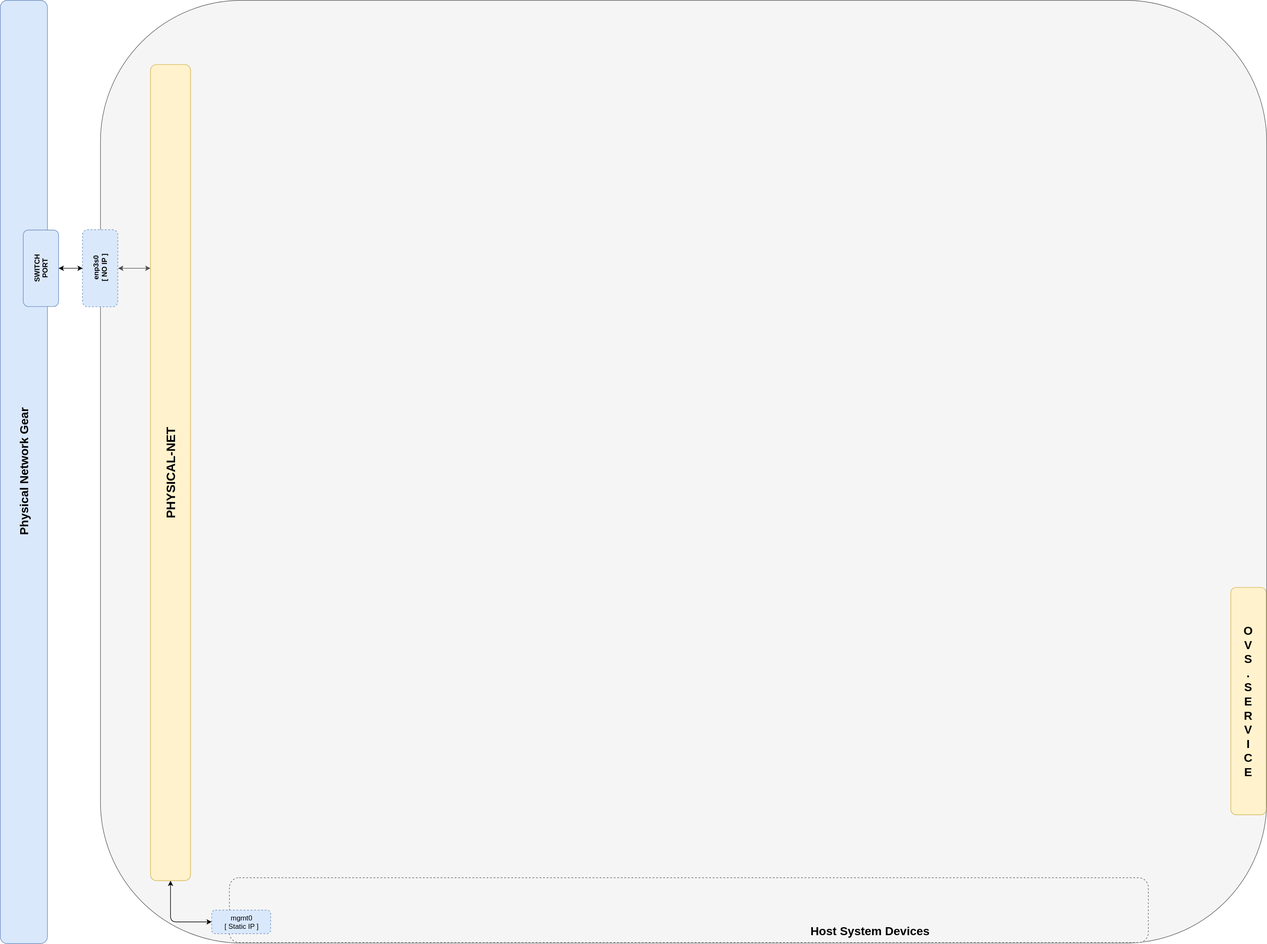
Earlier version of the draw.io export 1_Single_Port_Host-Open_vSwitch_Network_Configuration/web/drawio/single-port-ovs-host.svg (KathrynMorgan/mini-stack). Source tidied: cells renumbered, new cells last; positions are measured from the earlier drawing's top-left corner, leaving out a move shared by most shapes.
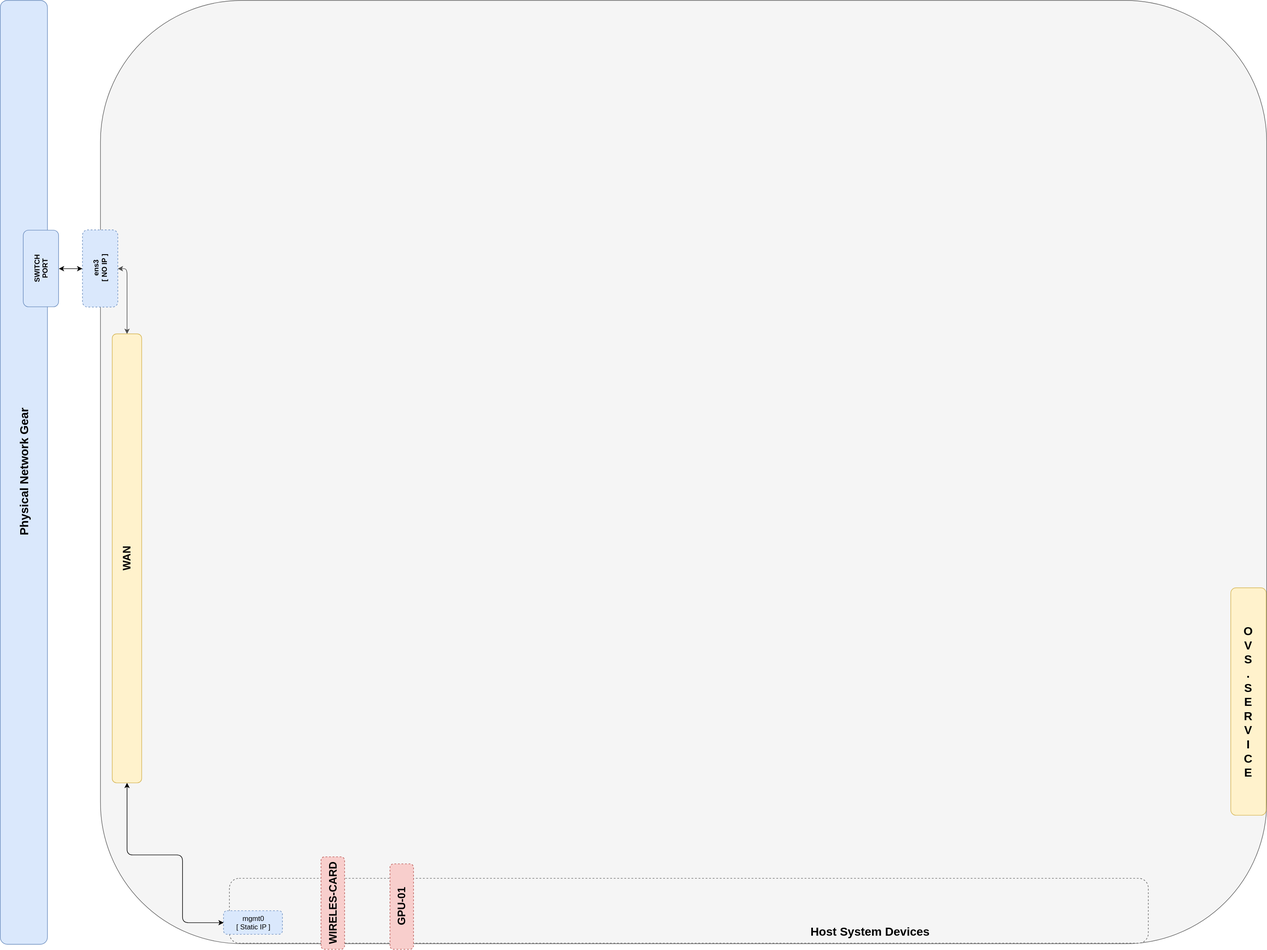
After the change.

What changed in the source:
```diff
@@ -8,25 +8,32 @@
     <mxCell id="3" value="&lt;b&gt;&lt;font style=&quot;font-size: 20px&quot;&gt;Physical Network Gear&lt;/font&gt;&lt;/b&gt;" style="rounded=1;whiteSpace=wrap;html=1;fillColor=#dae8fc;strokeColor=#6c8ebf;rotation=-90;" parent="1" vertex="1">
       <mxGeometry y="761" width="1602" height="80" as="geometry" />
     </mxCell>
-    <mxCell id="4" style="edgeStyle=orthogonalEdgeStyle;rounded=1;html=1;exitX=1;exitY=0.5;entryX=0;entryY=0.5;startArrow=classic;startFill=1;jettySize=auto;strokeColor=#000000;fontSize=18;" parent="1" edge="1" source="6" target="8">
-      <mxGeometry relative="1" as="geometry" />
+    <mxCell id="4" style="edgeStyle=orthogonalEdgeStyle;rounded=1;html=1;entryX=0;entryY=0.5;startArrow=classic;startFill=1;jettySize=auto;strokeColor=#000000;fontSize=18;exitX=0;exitY=0.5;exitDx=0;exitDy=0;" parent="1" edge="1" source="15" target="8">
+      <mxGeometry relative="1" as="geometry">
+        <Array as="points">
+          <mxPoint x="976" y="1450" />
+          <mxPoint x="1070" y="1450" />
+          <mxPoint x="1070" y="1565" />
+        </Array>
+      </mxGeometry>
     </mxCell>
-    <mxCell id="5" style="edgeStyle=orthogonalEdgeStyle;rounded=1;html=1;exitX=0.25;exitY=1;entryX=0.5;entryY=1;startArrow=classic;startFill=1;jettySize=auto;strokeColor=#4D4D4D;" parent="1" edge="1" source="6" target="10">
-      <mxGeometry relative="1" as="geometry" />
+    <mxCell id="5" style="edgeStyle=orthogonalEdgeStyle;rounded=1;html=1;exitX=1;exitY=0.5;entryX=0.5;entryY=1;startArrow=classic;startFill=1;jettySize=auto;strokeColor=#4D4D4D;exitDx=0;exitDy=0;" parent="1" edge="1" source="15" target="10">
+      <mxGeometry relative="1" as="geometry">
+        <Array as="points">
+          <mxPoint x="976" y="455" />
+        </Array>
+      </mxGeometry>
     </mxCell>
-    <mxCell id="6" value="&lt;b&gt;&lt;font style=&quot;font-size: 21px&quot;&gt;PHYSICAL-NET&lt;/font&gt;&lt;/b&gt;" style="rounded=1;whiteSpace=wrap;html=1;fillColor=#fff2cc;strokeColor=#d6b656;direction=west;rotation=-90;" parent="1" vertex="1">
-      <mxGeometry x="357" y="768" width="1386" height="68" as="geometry" />
-    </mxCell>
     <mxCell id="7" style="rounded=1;whiteSpace=wrap;html=1;fontSize=18;fillColor=#f5f5f5;strokeColor=#666666;dashed=1;" parent="1" vertex="1">
       <mxGeometry x="1150" y="1490" width="1560" height="110" as="geometry" />
     </mxCell>
     <mxCell id="8" value="mgmt0&lt;br&gt;[ Static IP ]&lt;br&gt;" style="rounded=1;whiteSpace=wrap;html=1;fillColor=#dae8fc;strokeColor=#6c8ebf;dashed=1;" parent="1" vertex="1">
-      <mxGeometry x="1120" y="1545" width="100" height="40" as="geometry" />
+      <mxGeometry x="1140" y="1545" width="100" height="40" as="geometry" />
     </mxCell>
     <mxCell id="9" value="&lt;b&gt;&lt;font style=&quot;font-size: 20px&quot;&gt;Host System Devices&lt;/font&gt;&lt;br&gt;&lt;/b&gt;" style="text;html=1;strokeColor=none;fillColor=none;align=center;verticalAlign=middle;whiteSpace=wrap;rounded=0;dashed=1;fontSize=18;" parent="1" vertex="1">
       <mxGeometry x="2112" y="1560" width="250" height="40" as="geometry" />
     </mxCell>
-    <mxCell id="10" value="&lt;b&gt;enp3s0&lt;br&gt;[ NO IP ]&lt;/b&gt;" style="rounded=1;whiteSpace=wrap;html=1;fillColor=#dae8fc;strokeColor=#6c8ebf;rotation=-90;dashed=1;" parent="1" vertex="1">
+    <mxCell id="10" value="&lt;b&gt;ens3&lt;br&gt;[ NO IP ]&lt;/b&gt;" style="rounded=1;whiteSpace=wrap;html=1;fillColor=#dae8fc;strokeColor=#6c8ebf;rotation=-90;dashed=1;" parent="1" vertex="1">
       <mxGeometry x="865" y="425" width="131" height="60" as="geometry" />
     </mxCell>
     <mxCell id="11" style="edgeStyle=orthogonalEdgeStyle;rounded=1;html=1;exitX=0.5;exitY=1;entryX=0.5;entryY=0;startArrow=classic;startFill=1;jettySize=auto;fontSize=18;" parent="1" edge="1" source="12" target="10">
@@ -38,5 +45,14 @@
     <mxCell id="13" value="&lt;b style=&quot;font-size: 20px&quot;&gt;O&lt;br&gt;V&lt;br&gt;S&lt;br&gt;.&lt;br&gt;S&lt;br&gt;E&lt;br&gt;R&lt;br&gt;V&lt;br&gt;I&lt;br&gt;C&lt;br&gt;E&lt;/b&gt;" style="rounded=1;whiteSpace=wrap;html=1;fillColor=#fff2cc;strokeColor=#d6b656;rotation=0;" parent="1" vertex="1">
       <mxGeometry x="2850" y="997" width="60" height="386" as="geometry" />
     </mxCell>
+    <mxCell id="14" value="&lt;font style=&quot;font-size: 18px&quot;&gt;&lt;b&gt;WIRELES-CARD&lt;br&gt;&lt;/b&gt;&lt;/font&gt;" style="rounded=1;whiteSpace=wrap;html=1;fillColor=#f8cecc;strokeColor=#b85450;rotation=-90;dashed=1;" parent="1" vertex="1">
+      <mxGeometry x="1247" y="1512" width="157" height="40" as="geometry" />
+    </mxCell>
+    <mxCell id="15" value="&lt;span style=&quot;font-size: 18px&quot;&gt;&lt;b&gt;WAN&lt;br&gt;&lt;/b&gt;&lt;/span&gt;" style="rounded=1;whiteSpace=wrap;html=1;fillColor=#fff2cc;strokeColor=#d6b656;direction=east;rotation=-90;" parent="1" vertex="1">
+      <mxGeometry x="595" y="922" width="762" height="50" as="geometry" />
+    </mxCell>
+    <mxCell id="16" value="&lt;font style=&quot;font-size: 18px&quot;&gt;&lt;b&gt;GPU-01&lt;/b&gt;&lt;/font&gt;" style="rounded=1;whiteSpace=wrap;html=1;fillColor=#f8cecc;strokeColor=#b85450;rotation=-90;dashed=1;" parent="1" vertex="1">
+      <mxGeometry x="1370" y="1518" width="145" height="40" as="geometry" />
+    </mxCell>
   </root>
 </mxGraphModel>
```
